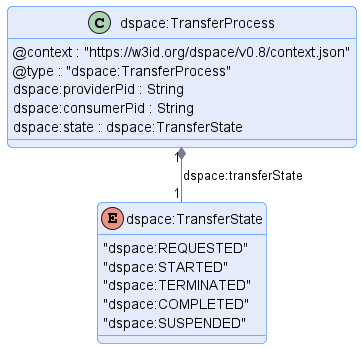
Before: transfer/message/diagram/transfer-process.png, a diagram exported from PlantUML (International-Data-Spaces-Association/ids-specification).
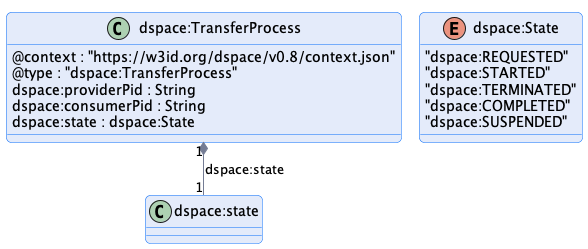
Later version of the same file.

Commit message:
rename transferState --> state

Diff of the diagram source:
```diff
@@ -11,11 +11,11 @@
     @type : "dspace:TransferProcess"
     dspace:providerPid : String
     dspace:consumerPid : String
-    dspace:state : dspace:TransferState
+    dspace:state : dspace:State
 }
 
 
-enum dspace:TransferState {
+enum dspace:State {
     "dspace:REQUESTED"
     "dspace:STARTED"
     "dspace:TERMINATED"
@@ -23,6 +23,6 @@
     "dspace:SUSPENDED"
 }
 
-"dspace:TransferProcess" "1" *-- "1" "dspace:TransferState" : "dspace:transferState"
+"dspace:TransferProcess" "1" *-- "1" "dspace:state" : "dspace:state"
 
 @enduml
```
